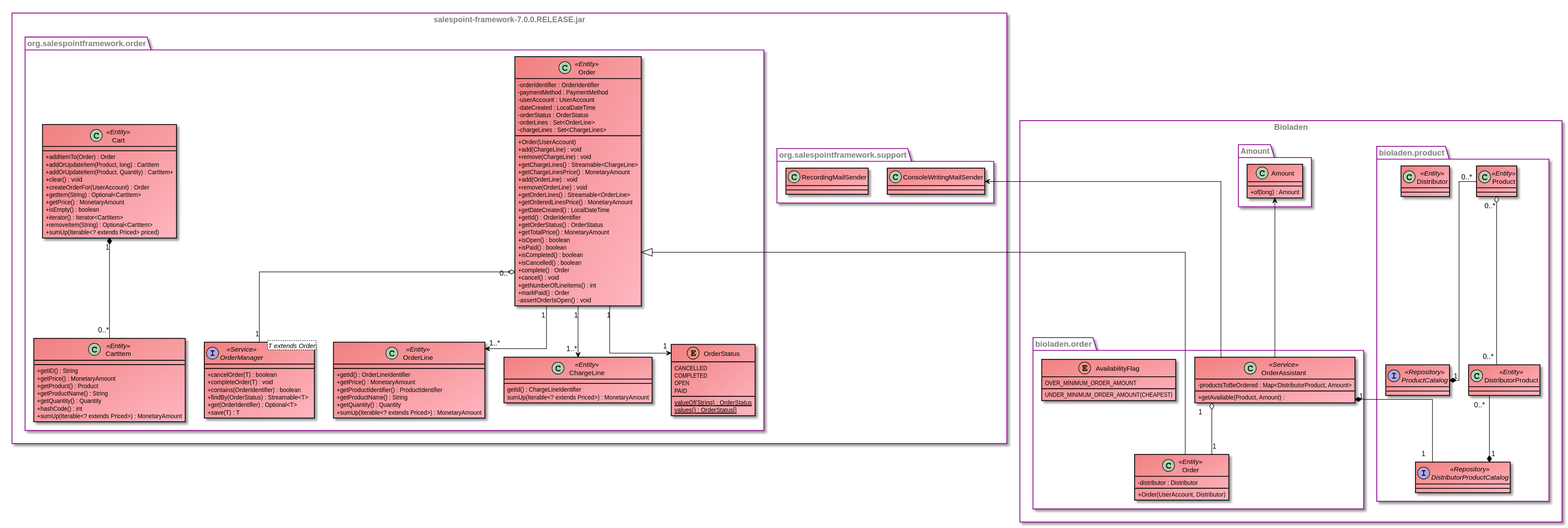
Earlier version of the PlantUML export src/main/asciidoc/models/design/DesignOrderDepartment.svg (LimitlessGreen/swt18w43).
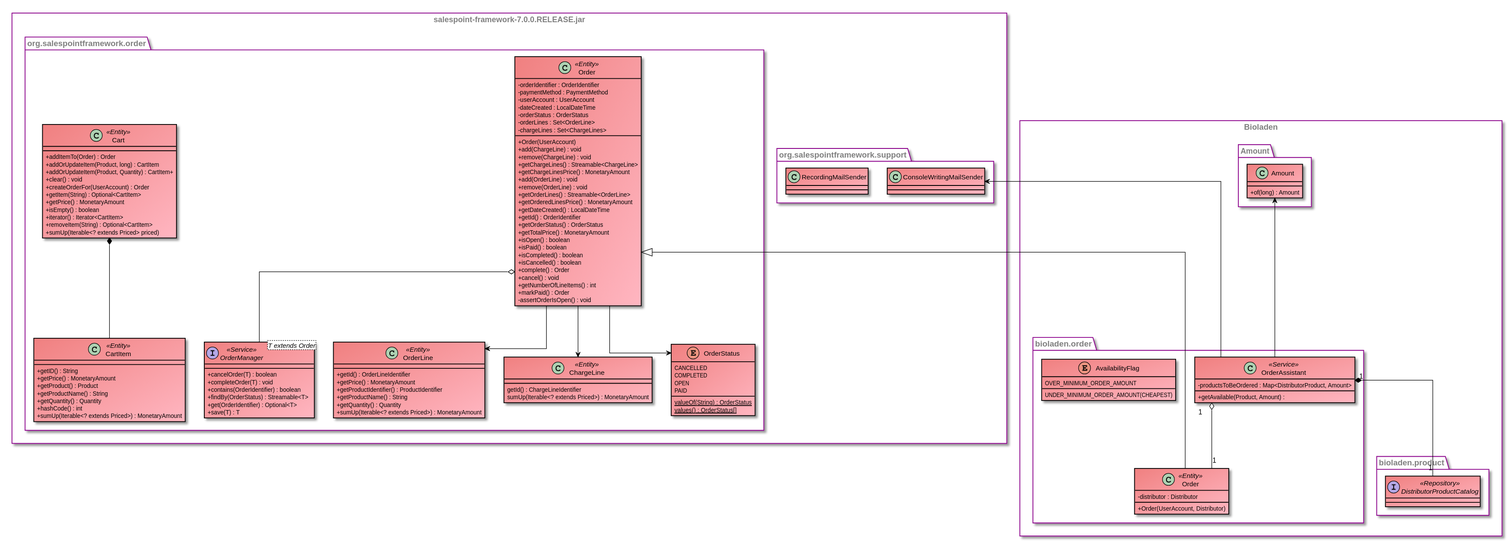
The same file after the commit.

Commit message:
[Design] Cardinalities solved

The edit, as a diff of the source:
```diff
@@ -107,11 +107,11 @@
         }
 
 
-        Order "1" --> "1" OrderStatus
-        Order "1" --> "1..*" OrderLine
-        Order "1" --> "1..*" ChargeLine
-        Cart "1" *-- "0..*" CartItem
-        Order "0..*" o-- "1" OrderManager
+        Order  -->  OrderStatus
+        Order  -->  OrderLine
+        Order  --> ChargeLine
+        Cart  *--  CartItem
+        Order  o--  OrderManager
     }
 
     namespace org.salespointframework.support {
@@ -154,31 +154,12 @@
 
     namespace bioladen.product {
 
-        interface ProductCatalog <<Repository>> {
 
-        }
 
         interface DistributorProductCatalog <<Repository>> {
 
         }
 
-        class DistributorProduct <<Entity>> {
-
-        }
-
-        class Product <<Entity>> {
-
-        }
-
-        class Distributor <<Entity>> {
-
-        }
-
-
-
-        Product "0..*" o-- "0..*" DistributorProduct
-        DistributorProduct "0..*" --* "1" DistributorProductCatalog
-        Product "0..*" --* "1" ProductCatalog
 
 
         bioladen.order.OrderAssistant "1" *-- "1" DistributorProductCatalog
```
